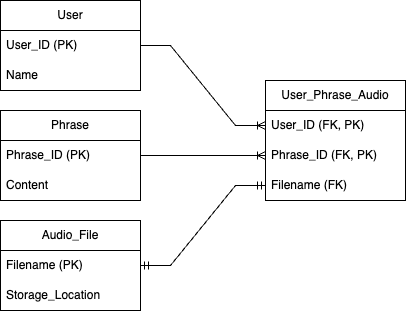
The draw.io diagram diagrams/d_data-Model.png in acltabontabon/audio-storage-service, before a commit. Source tidied: cells renumbered, new cells last; positions are measured from the earlier drawing's top-left corner, leaving out a move shared by most shapes.
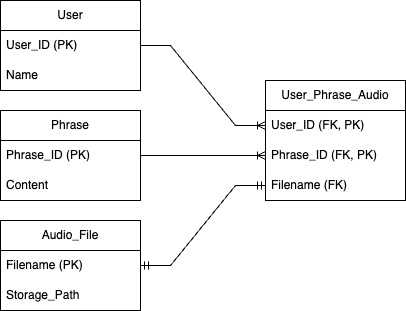
Later version of the same file.

What changed in the source:
```diff
@@ -26,7 +26,7 @@
     <mxCell id="9" value="Filename (PK)" style="text;strokeColor=none;fillColor=none;align=left;verticalAlign=middle;spacingLeft=4;spacingRight=4;overflow=hidden;points=[[0,0.5],[1,0.5]];portConstraint=eastwest;whiteSpace=wrap;html=1;" parent="8" vertex="1">
       <mxGeometry y="30" width="140" height="30" as="geometry" />
     </mxCell>
-    <mxCell id="10" value="Storage_Location" style="text;strokeColor=none;fillColor=none;align=left;verticalAlign=middle;spacingLeft=4;spacingRight=4;overflow=hidden;whiteSpace=wrap;html=1;" parent="8" vertex="1">
+    <mxCell id="10" value="Storage_Path" style="text;strokeColor=none;fillColor=none;align=left;verticalAlign=middle;spacingLeft=4;spacingRight=4;overflow=hidden;whiteSpace=wrap;html=1;" parent="8" vertex="1">
       <mxGeometry y="60" width="140" height="30" as="geometry" />
     </mxCell>
     <mxCell id="11" value="User_Phrase_Audio" style="swimlane;fontStyle=0;horizontal=1;startSize=30;whiteSpace=wrap;html=1;" parent="1" vertex="1">
```
